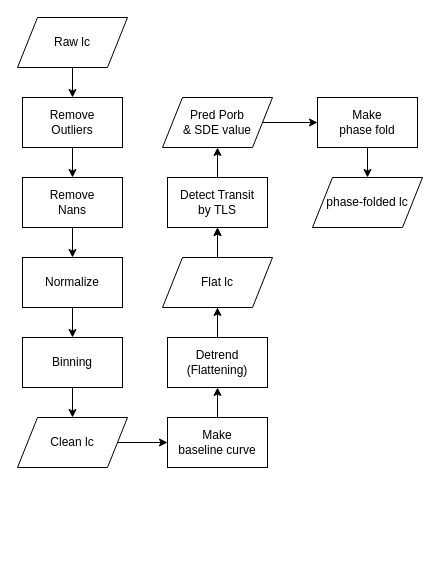
hiremasa/ytps keeps this draw.io diagram as page "TLS" (2 of 2) of output/Untitled Diagram.drawio. Above is the earlier version. Source tidied: cells renumbered, new cells numbered last; positions are measured from the earlier drawing's top-left corner, leaving out a move shared by most shapes. Both pictures are drawn from the tidied source at 100%, with x=0, y=0 at pixel (17, 17).
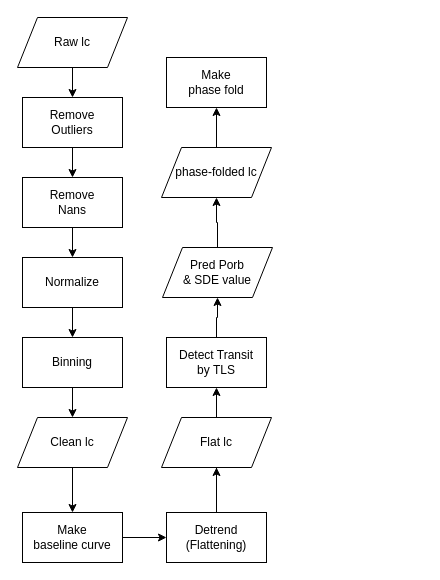
The same page after the edit.

The edit, as a diff of the source:
```diff
@@
-    <mxCell id="10" style="edgeStyle=orthogonalEdgeStyle;rounded=0;jettySize=auto;html=1;" parent="1" edge="1" source="11" target="15">
-      <mxGeometry relative="1" as="geometry" />
-    </mxCell>
     <mxCell id="11" value="Detrend&lt;br&gt;(Flattening)" style="rounded=0;whiteSpace=wrap;html=1;" parent="1" vertex="1">
-      <mxGeometry x="150" y="320" width="100" height="50" as="geometry" />
+      <mxGeometry x="149" y="495" width="100" height="50" as="geometry" />
     </mxCell>
-    <mxCell id="12" style="edgeStyle=orthogonalEdgeStyle;rounded=0;jettySize=auto;html=1;exitX=0.5;exitY=0;exitDx=0;exitDy=0;entryX=0.5;entryY=1;entryDx=0;entryDy=0;" parent="1" edge="1" source="13" target="15">
-      <mxGeometry relative="1" as="geometry" />
-    </mxCell>
-    <mxCell id="13" value="Flat lc" style="shape=parallelogram;perimeter=parallelogramPerimeter;whiteSpace=wrap;html=1;fixedSize=1;" parent="1" vertex="1">
-      <mxGeometry x="145" y="240" width="110" height="50" as="geometry" />
-    </mxCell>
-    <mxCell id="14" style="edgeStyle=orthogonalEdgeStyle;rounded=0;jettySize=auto;html=1;" parent="1" edge="1" source="15">
-      <mxGeometry relative="1" as="geometry">
-        <mxPoint x="200" y="130" as="targetPoint" />
-      </mxGeometry>
-    </mxCell>
+    <mxCell id="28" style="edgeStyle=orthogonalEdgeStyle;rounded=0;jettySize=auto;html=1;" parent="1" edge="1" source="15" target="24">
+      <mxGeometry relative="1" as="geometry" />
+    </mxCell>
     <mxCell id="15" value="Detect Transit&lt;br&gt;by TLS" style="rounded=0;whiteSpace=wrap;html=1;" parent="1" vertex="1">
-      <mxGeometry x="150" y="160" width="100" height="50" as="geometry" />
+      <mxGeometry x="149" y="320" width="100" height="50" as="geometry" />
     </mxCell>
@@
-    <mxCell id="21" style="edgeStyle=orthogonalEdgeStyle;rounded=0;jettySize=auto;html=1;" parent="1" edge="1" source="22">
-      <mxGeometry relative="1" as="geometry">
-        <mxPoint x="200" y="370" as="targetPoint" />
-      </mxGeometry>
-    </mxCell>
+    <mxCell id="29" style="edgeStyle=orthogonalEdgeStyle;rounded=0;jettySize=auto;html=1;" parent="1" edge="1" source="22" target="11">
+      <mxGeometry relative="1" as="geometry" />
+    </mxCell>
     <mxCell id="22" value="Make &lt;br&gt;baseline curve" style="rounded=0;whiteSpace=wrap;html=1;" parent="1" vertex="1">
-      <mxGeometry x="150" y="400" width="100" height="50" as="geometry" />
+      <mxGeometry x="5" y="495" width="100" height="50" as="geometry" />
     </mxCell>
-    <mxCell id="23" style="edgeStyle=orthogonalEdgeStyle;rounded=0;jettySize=auto;html=1;" parent="1" edge="1" source="24" target="26">
-      <mxGeometry relative="1" as="geometry" />
-    </mxCell>
+    <mxCell id="30" style="edgeStyle=orthogonalEdgeStyle;rounded=0;jettySize=auto;html=1;" parent="1" edge="1" source="24" target="27">
+      <mxGeometry relative="1" as="geometry" />
+    </mxCell>
     <mxCell id="24" value="Pred Porb&lt;br&gt;&amp;amp; SDE value" style="shape=parallelogram;perimeter=parallelogramPerimeter;whiteSpace=wrap;html=1;fixedSize=1;" parent="1" vertex="1">
-      <mxGeometry x="145" y="80" width="110" height="50" as="geometry" />
+      <mxGeometry x="145" y="230" width="110" height="50" as="geometry" />
     </mxCell>
-    <mxCell id="25" style="edgeStyle=orthogonalEdgeStyle;rounded=0;jettySize=auto;html=1;" parent="1" edge="1" source="26" target="27">
-      <mxGeometry relative="1" as="geometry" />
-    </mxCell>
     <mxCell id="26" value="Make&lt;br&gt;phase fold" style="rounded=0;whiteSpace=wrap;html=1;" parent="1" vertex="1">
-      <mxGeometry x="300" y="80" width="100" height="50" as="geometry" />
+      <mxGeometry x="149" y="40" width="100" height="50" as="geometry" />
     </mxCell>
+    <mxCell id="31" style="edgeStyle=orthogonalEdgeStyle;rounded=0;jettySize=auto;html=1;" parent="1" edge="1" source="27" target="26">
+      <mxGeometry relative="1" as="geometry" />
+    </mxCell>
     <mxCell id="27" value="phase-folded lc" style="shape=parallelogram;perimeter=parallelogramPerimeter;whiteSpace=wrap;html=1;fixedSize=1;" parent="1" vertex="1">
-      <mxGeometry x="295" y="160" width="110" height="50" as="geometry" />
+      <mxGeometry x="144" y="130" width="110" height="50" as="geometry" />
     </mxCell>
+    <mxCell id="12" style="edgeStyle=orthogonalEdgeStyle;rounded=0;jettySize=auto;html=1;" parent="1" edge="1" source="13" target="15">
+      <mxGeometry relative="1" as="geometry" />
+    </mxCell>
+    <mxCell id="13" value="Flat lc" style="shape=parallelogram;perimeter=parallelogramPerimeter;whiteSpace=wrap;html=1;fixedSize=1;" parent="1" vertex="1">
+      <mxGeometry x="144" y="400" width="110" height="50" as="geometry" />
+    </mxCell>
+    <mxCell id="32" style="edgeStyle=orthogonalEdgeStyle;rounded=0;jettySize=auto;html=1;endArrow=none;" parent="1" edge="1" source="11" target="13">
+      <mxGeometry relative="1" as="geometry" />
+    </mxCell>
```
